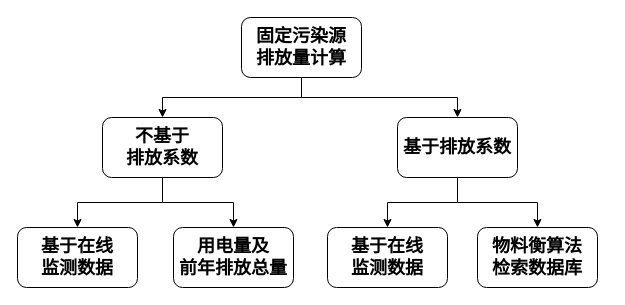
Above: 固定污染源计算.drawio in WienWong/Misc (draw.io), before the change. Source tidied: cells renumbered, new cells numbered last; positions are measured from the earlier drawing's top-left corner, leaving out a move shared by most shapes. Both pictures are drawn from the tidied source at 100%, with x=0, y=0 at pixel (17, 17).
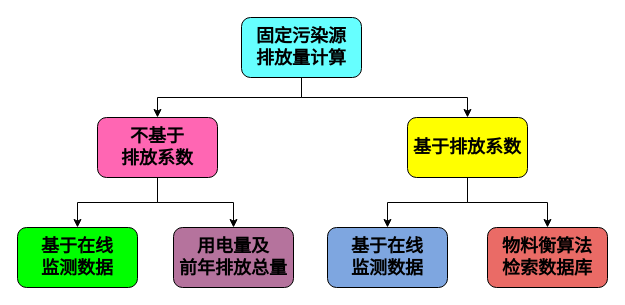
The same diagram, later.

Commit message:
Update 固定污染源计算.drawio

What changed in the source:
```diff
@@
 <mxGraphModel>
   <root>
     <mxCell id="0" />
     <mxCell id="1" parent="0" />
     <mxCell id="2" style="edgeStyle=orthogonalEdgeStyle;rounded=0;jettySize=auto;html=1;exitX=0.5;exitY=1;exitDx=0;exitDy=0;" parent="1" edge="1" source="4" target="10">
       <mxGeometry relative="1" as="geometry" />
     </mxCell>
     <mxCell id="3" style="edgeStyle=orthogonalEdgeStyle;rounded=0;jettySize=auto;html=1;exitX=0.5;exitY=1;exitDx=0;exitDy=0;" parent="1" edge="1" source="4" target="7">
       <mxGeometry relative="1" as="geometry" />
     </mxCell>
-    <mxCell id="4" value="&lt;font style=&quot;font-size: 18px&quot;&gt;&lt;b&gt;固定污染源&lt;br&gt;排放量计算&lt;/b&gt;&lt;/font&gt;" style="rounded=1;whiteSpace=wrap;html=1;" parent="1" vertex="1">
+    <mxCell id="4" value="&lt;font style=&quot;font-size: 18px&quot;&gt;&lt;b&gt;固定污染源&lt;br&gt;排放量计算&lt;/b&gt;&lt;/font&gt;" style="rounded=1;whiteSpace=wrap;html=1;fillColor=#66FFFF;" parent="1" vertex="1">
       <mxGeometry x="224" width="120" height="60" as="geometry" />
     </mxCell>
     <mxCell id="5" style="edgeStyle=orthogonalEdgeStyle;rounded=0;jettySize=auto;html=1;exitX=0.5;exitY=1;exitDx=0;exitDy=0;entryX=0.5;entryY=0;entryDx=0;entryDy=0;" parent="1" edge="1" source="7" target="11">
       <mxGeometry relative="1" as="geometry" />
     </mxCell>
     <mxCell id="6" style="edgeStyle=orthogonalEdgeStyle;rounded=0;jettySize=auto;html=1;exitX=0.5;exitY=1;exitDx=0;exitDy=0;entryX=0.5;entryY=0;entryDx=0;entryDy=0;" parent="1" edge="1" source="7" target="12">
       <mxGeometry relative="1" as="geometry" />
     </mxCell>
-    <mxCell id="7" value="&lt;font style=&quot;font-size: 18px&quot;&gt;&lt;b&gt;不基于&lt;br&gt;排放系数&lt;/b&gt;&lt;/font&gt;" style="rounded=1;whiteSpace=wrap;html=1;" parent="1" vertex="1">
-      <mxGeometry x="85" y="100" width="120" height="60" as="geometry" />
+    <mxCell id="7" value="&lt;font style=&quot;font-size: 18px&quot;&gt;&lt;b&gt;不基于&lt;br&gt;排放系数&lt;/b&gt;&lt;/font&gt;" style="rounded=1;whiteSpace=wrap;html=1;fillColor=#FF66B3;" parent="1" vertex="1">
+      <mxGeometry x="80" y="100" width="120" height="60" as="geometry" />
     </mxCell>
     <mxCell id="8" style="edgeStyle=orthogonalEdgeStyle;rounded=0;jettySize=auto;html=1;exitX=0.5;exitY=1;exitDx=0;exitDy=0;entryX=0.5;entryY=0;entryDx=0;entryDy=0;" parent="1" edge="1" source="10" target="13">
       <mxGeometry relative="1" as="geometry" />
     </mxCell>
     <mxCell id="9" style="edgeStyle=orthogonalEdgeStyle;rounded=0;jettySize=auto;html=1;exitX=0.5;exitY=1;exitDx=0;exitDy=0;entryX=0.5;entryY=0;entryDx=0;entryDy=0;" parent="1" edge="1" source="10" target="14">
       <mxGeometry relative="1" as="geometry" />
     </mxCell>
-    <mxCell id="10" value="&lt;font style=&quot;font-size: 18px&quot;&gt;&lt;b&gt;基于排放系数&lt;/b&gt;&lt;/font&gt;" style="rounded=1;whiteSpace=wrap;html=1;" parent="1" vertex="1">
-      <mxGeometry x="380" y="100" width="120" height="60" as="geometry" />
+    <mxCell id="10" value="&lt;font style=&quot;font-size: 18px&quot;&gt;&lt;b&gt;基于排放系数&lt;/b&gt;&lt;/font&gt;" style="rounded=1;whiteSpace=wrap;html=1;fillColor=#FFFF00;" parent="1" vertex="1">
+      <mxGeometry x="390" y="100" width="120" height="60" as="geometry" />
     </mxCell>
-    <mxCell id="11" value="&lt;font style=&quot;font-size: 18px&quot;&gt;&lt;b&gt;基于在线&lt;br&gt;监测数据&lt;/b&gt;&lt;/font&gt;" style="rounded=1;whiteSpace=wrap;html=1;" parent="1" vertex="1">
+    <mxCell id="11" value="&lt;font style=&quot;font-size: 18px&quot;&gt;&lt;b&gt;基于在线&lt;br&gt;监测数据&lt;/b&gt;&lt;/font&gt;" style="rounded=1;whiteSpace=wrap;html=1;fillColor=#00FF00;" parent="1" vertex="1">
       <mxGeometry y="210" width="120" height="60" as="geometry" />
     </mxCell>
-    <mxCell id="12" value="&lt;span style=&quot;font-size: 18px&quot;&gt;&lt;b&gt;用电量及&lt;br&gt;前年排放总量&lt;/b&gt;&lt;/span&gt;" style="rounded=1;whiteSpace=wrap;html=1;" parent="1" vertex="1">
+    <mxCell id="12" value="&lt;span style=&quot;font-size: 18px&quot;&gt;&lt;b&gt;用电量及&lt;br&gt;前年排放总量&lt;/b&gt;&lt;/span&gt;" style="rounded=1;whiteSpace=wrap;html=1;fillColor=#B5739D;" parent="1" vertex="1">
       <mxGeometry x="156" y="210" width="120" height="60" as="geometry" />
     </mxCell>
-    <mxCell id="13" value="&lt;font style=&quot;font-size: 18px&quot;&gt;&lt;b&gt;基于在线&lt;br&gt;监测数据&lt;/b&gt;&lt;/font&gt;" style="rounded=1;whiteSpace=wrap;html=1;" parent="1" vertex="1">
+    <mxCell id="13" value="&lt;font style=&quot;font-size: 18px&quot;&gt;&lt;b&gt;基于在线&lt;br&gt;监测数据&lt;/b&gt;&lt;/font&gt;" style="rounded=1;whiteSpace=wrap;html=1;fillColor=#7EA6E0;" parent="1" vertex="1">
       <mxGeometry x="310" y="210" width="120" height="60" as="geometry" />
     </mxCell>
-    <mxCell id="14" value="&lt;font style=&quot;font-size: 18px&quot;&gt;&lt;b&gt;物料衡算法&lt;br&gt;检索数据库&lt;/b&gt;&lt;/font&gt;" style="rounded=1;whiteSpace=wrap;html=1;" parent="1" vertex="1">
-      <mxGeometry x="460" y="210" width="120" height="60" as="geometry" />
+    <mxCell id="14" value="&lt;font style=&quot;font-size: 18px&quot;&gt;&lt;b&gt;物料衡算法&lt;br&gt;检索数据库&lt;/b&gt;&lt;/font&gt;" style="rounded=1;whiteSpace=wrap;html=1;fillColor=#EA6B66;" parent="1" vertex="1">
+      <mxGeometry x="470" y="210" width="120" height="60" as="geometry" />
     </mxCell>
   </root>
 </mxGraphModel>
```
